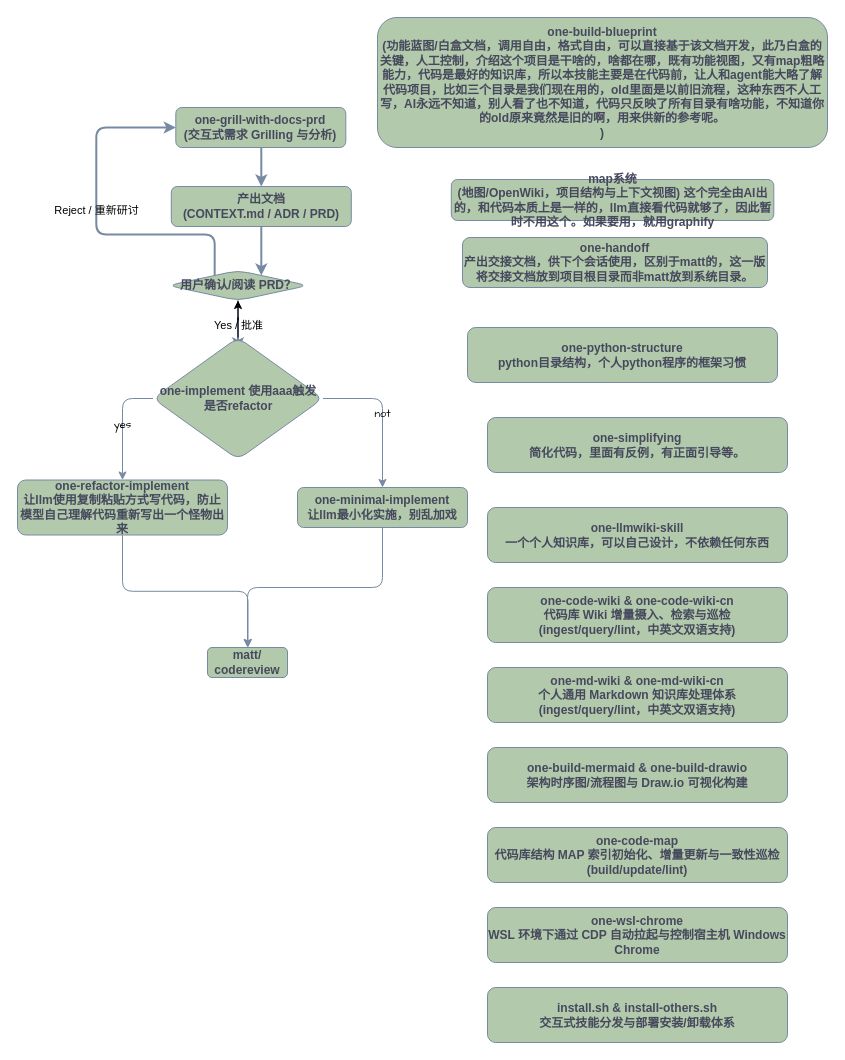
Above: skills.drawio in wupengbo125/one-skills (draw.io), before the change. Source tidied: cells renumbered, new cells numbered last; positions are measured from the earlier drawing's top-left corner, leaving out a move shared by most shapes. Both pictures are drawn from the tidied source at 100%, with x=0, y=0 at pixel (17, 17).
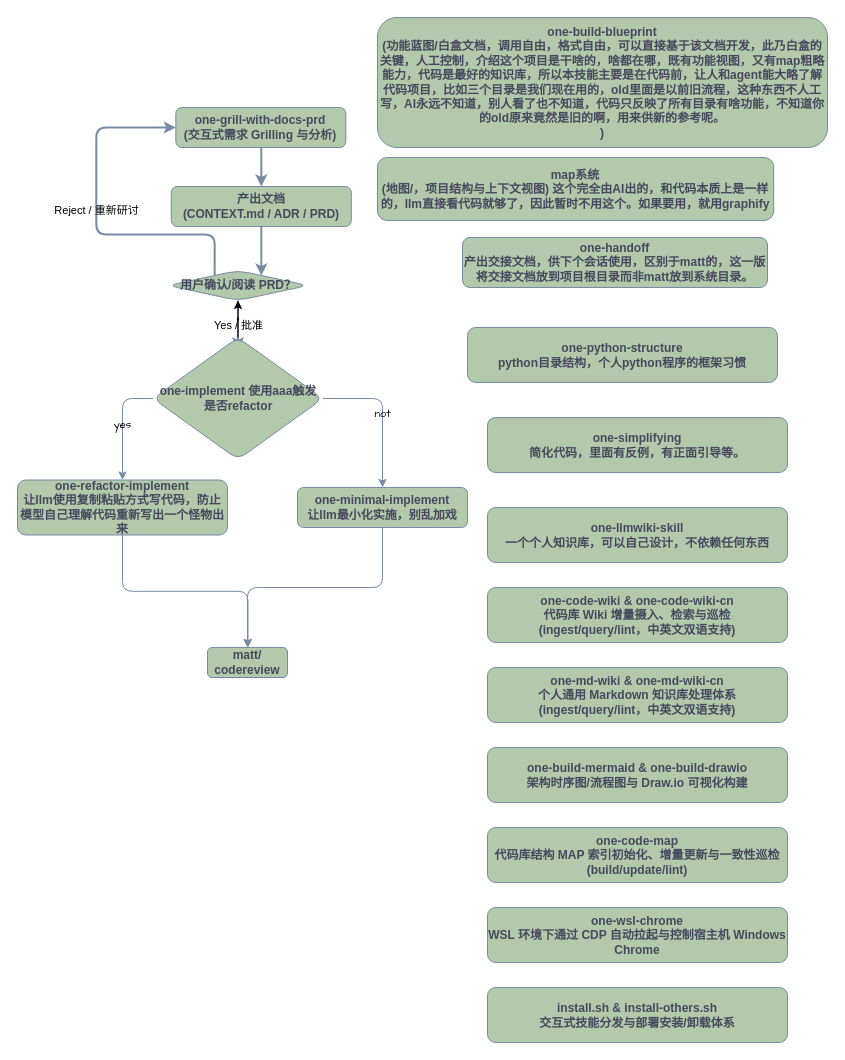
The same page after the edit.

What changed in the source:
```diff
@@
-    <mxCell id="2" value="map系统&lt;br&gt;(地图/OpenWiki，项目结构与上下文视图) 这个完全由AI出的，和代码本质上是一样的，llm直接看代码就够了，因此暂时不用这个。如果要用，就用graphify&lt;br&gt;" style="whiteSpace=wrap;html=1;fillColor=#B2C9AB;strokeColor=#788AA3;fontStyle=1;rounded=1;labelBackgroundColor=none;fontColor=#46495D;" parent="1" vertex="1">
-      <mxGeometry x="433.8" y="162" width="322.5" height="41" as="geometry" />
+    <mxCell id="2" value="map系统&lt;br&gt;(地图/，项目结构与上下文视图) 这个完全由AI出的，和代码本质上是一样的，llm直接看代码就够了，因此暂时不用这个。如果要用，就用graphify" style="whiteSpace=wrap;html=1;fillColor=#B2C9AB;strokeColor=#788AA3;fontStyle=1;rounded=1;labelBackgroundColor=none;fontColor=#46495D;" parent="1" vertex="1">
+      <mxGeometry x="360" y="140" width="396.2" height="63" as="geometry" />
     </mxCell>
```
